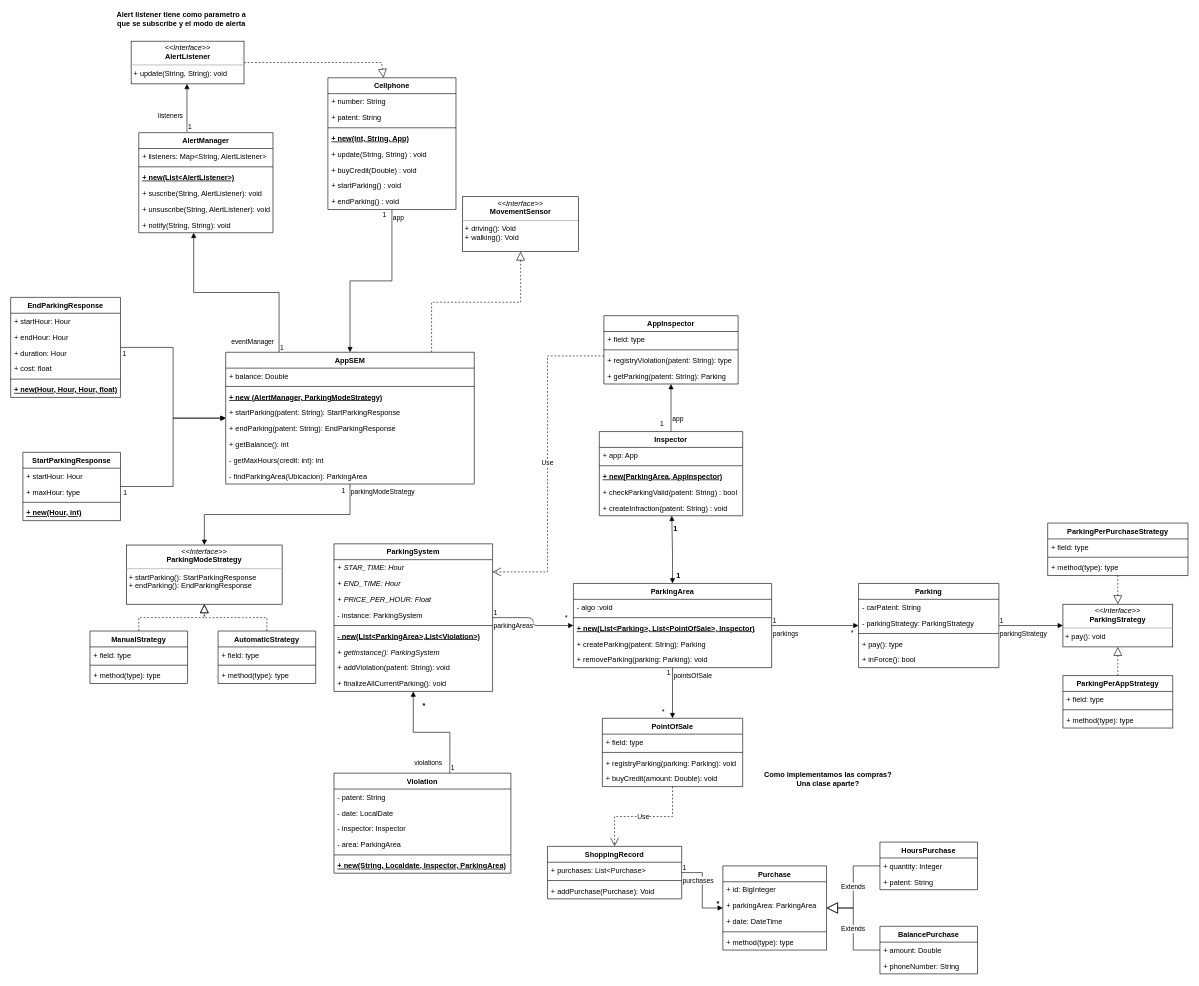
Earlier version of the draw.io diagram tp-final.drawio (ramirez7358/tp-final-obj-2). Source tidied: cells renumbered, new cells numbered last; positions are measured from the earlier drawing's top-left corner, leaving out a move shared by most shapes. Both pictures are drawn from the tidied source at 61%, with x=0, y=0 at pixel (10, 10).
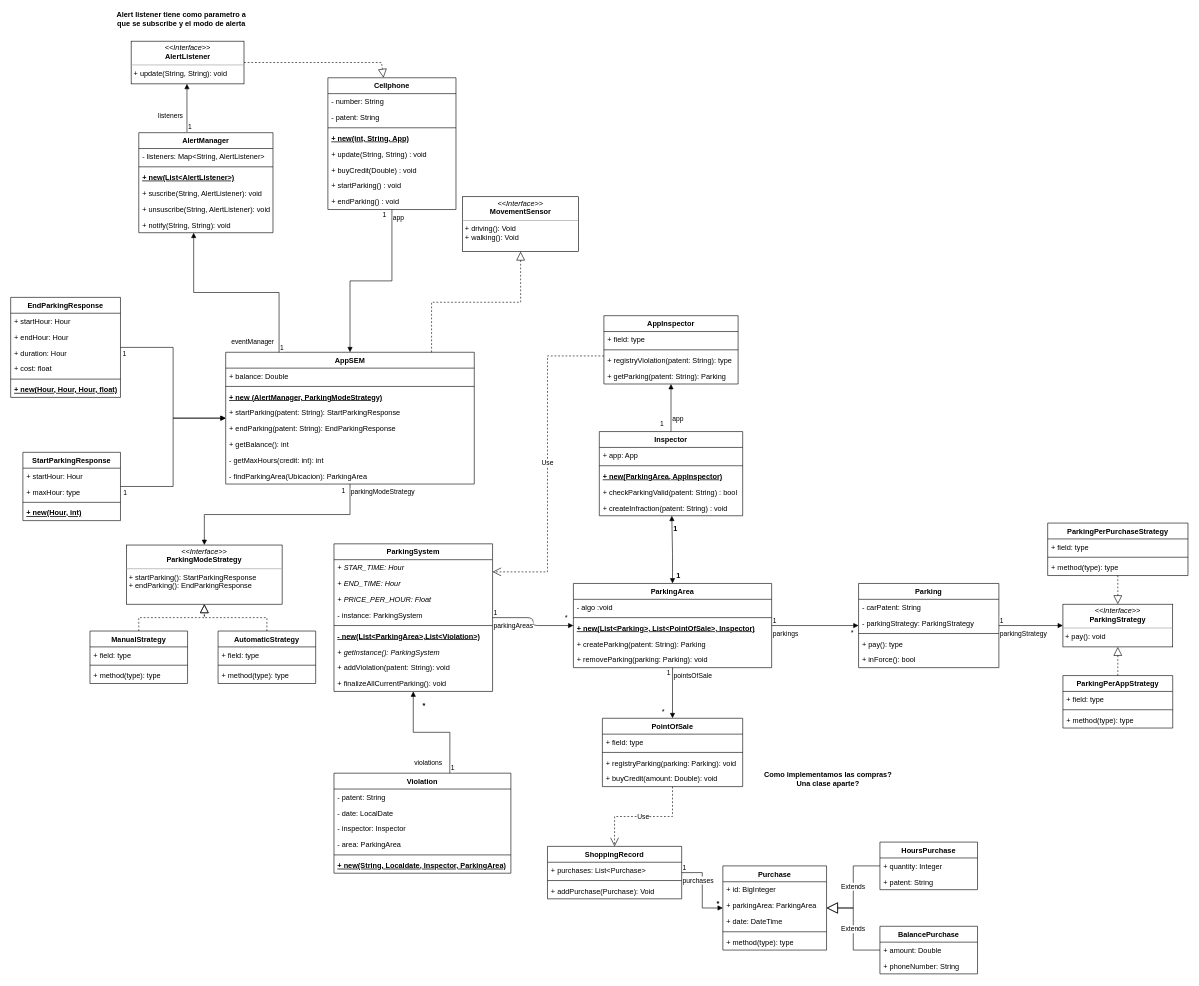
The same diagram, later.

The change refers to these unchanged cells:
```xml
<mxCell id="88" value="Cellphone" style="swimlane;fontStyle=1;align=center;verticalAlign=top;horizontal=1;startSize=26;" parent="1" vertex="1">
  <mxGeometry x="520" y="110" width="210" height="216" as="geometry" />
</mxCell>
<mxCell id="97" value="AlertManager" style="swimlane;fontStyle=1;align=center;verticalAlign=top;horizontal=1;startSize=26;" parent="1" vertex="1">
  <mxGeometry x="210" y="200" width="220" height="164" as="geometry" />
</mxCell>
```

What changed in the source:
```diff
@@
-    <mxCell id="89" value="+ number: String" style="text;strokeColor=none;fillColor=none;align=left;verticalAlign=top;spacingLeft=4;spacingRight=4;overflow=hidden;" parent="88" vertex="1">
+    <mxCell id="89" value="- number: String" style="text;strokeColor=none;fillColor=none;align=left;verticalAlign=top;spacingLeft=4;spacingRight=4;overflow=hidden;" parent="88" vertex="1">
       <mxGeometry y="26" width="210" height="26" as="geometry" />
     </mxCell>
-    <mxCell id="90" value="+ patent: String" style="text;strokeColor=none;fillColor=none;align=left;verticalAlign=top;spacingLeft=4;spacingRight=4;overflow=hidden;" parent="88" vertex="1">
+    <mxCell id="90" value="- patent: String" style="text;strokeColor=none;fillColor=none;align=left;verticalAlign=top;spacingLeft=4;spacingRight=4;overflow=hidden;" parent="88" vertex="1">
       <mxGeometry y="52" width="210" height="26" as="geometry" />
     </mxCell>
@@
-    <mxCell id="98" value="+ listeners: Map&lt;String, AlertListener&gt;" style="text;strokeColor=none;fillColor=none;align=left;verticalAlign=top;spacingLeft=4;spacingRight=4;overflow=hidden;" parent="97" vertex="1">
+    <mxCell id="98" value="- listeners: Map&lt;String, AlertListener&gt;" style="text;strokeColor=none;fillColor=none;align=left;verticalAlign=top;spacingLeft=4;spacingRight=4;overflow=hidden;" parent="97" vertex="1">
       <mxGeometry y="26" width="220" height="26" as="geometry" />
     </mxCell>
```
